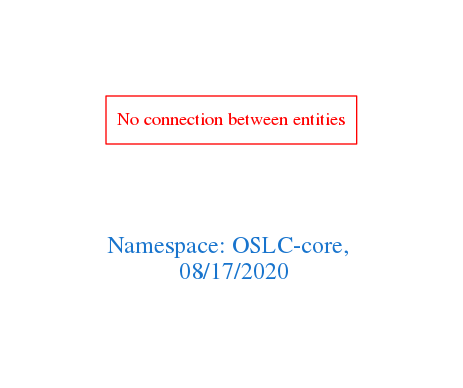
The Graphviz diagram downloads/OSLC-core.png in arago/OGIT, before a commit. Its source is kept beside it as downloads/OSLC-core.dot.
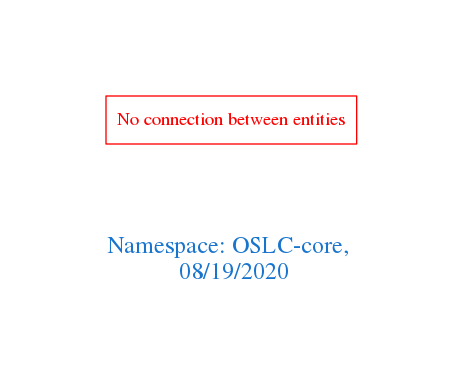
Later version of the same file.

The edit, as a diff of the source:
```diff
@@ -1,7 +1,7 @@
 digraph OGIT_ontology {
  graph [ rankdir= LR,pad=1
 fontsize = 18,
-fontcolor= dodgerblue3,label = "\n\n\nNamespace: OSLC-core, \n 08/17/2020"];
+fontcolor= dodgerblue3,label = "\n\n\nNamespace: OSLC-core, \n 08/19/2020"];
 node[shape=polygon];
 edge [  color="gray81"];
 
```
